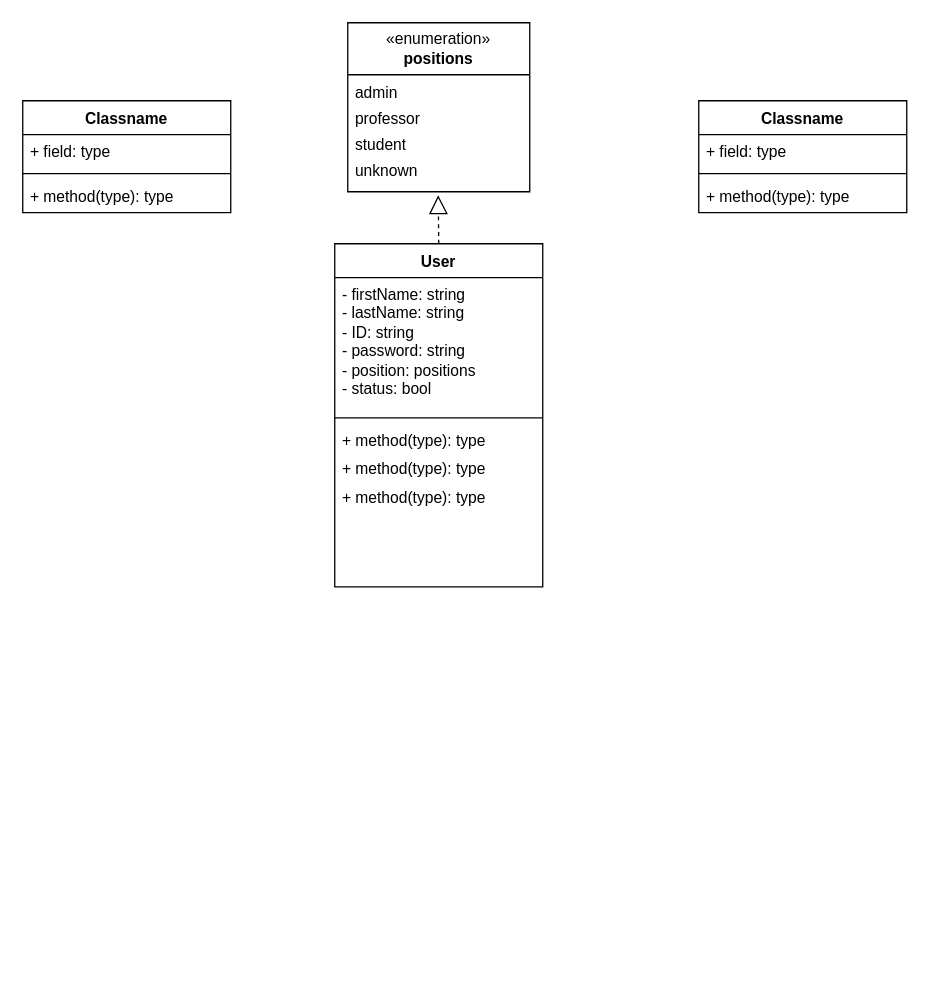
This is Untitled Diagram.drawio from pooratho/ap-git-practice, a draw.io file, before an edit. Source tidied: cells renumbered, new cells numbered last; positions are measured from the earlier drawing's top-left corner, leaving out a move shared by most shapes. Both pictures are drawn from the tidied source at 130%, with x=0, y=0 at pixel (22, 22).
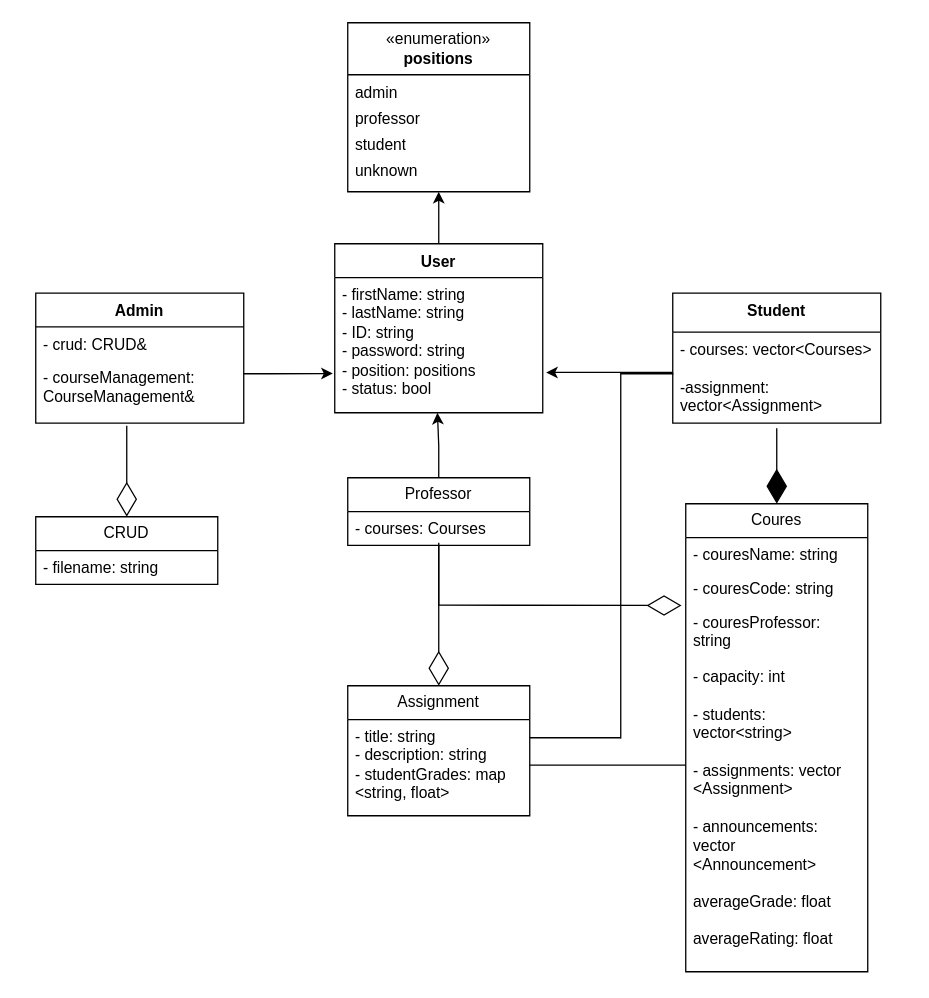
The same page after the edit.

The change refers to these unchanged cells:
```xml
<mxCell id="7" value="&lt;div&gt;- firstName: string&lt;/div&gt;&lt;div&gt;- lastName: string&lt;/div&gt;&lt;div&gt;- ID: string&lt;/div&gt;&lt;div&gt;- password: string&lt;/div&gt;&lt;div&gt;- position: positions&lt;/div&gt;&lt;div&gt;- status: bool&lt;/div&gt;" style="text;strokeColor=none;fillColor=none;align=left;verticalAlign=top;spacingLeft=4;spacingRight=4;overflow=hidden;points=[[0,0.5],[1,0.5]];portConstraint=eastwest;whiteSpace=wrap;html=1;" parent="6" vertex="1">
  <mxGeometry y="26" width="160" height="104" as="geometry" />
</mxCell>
<mxCell id="16" value="&lt;div&gt;«enumeration»&lt;/div&gt;&lt;div&gt;&lt;b&gt;positions&lt;/b&gt;&lt;/div&gt;" style="swimlane;fontStyle=0;horizontal=1;startSize=40;fillColor=none;whiteSpace=wrap;html=1;" parent="1" vertex="1">
  <mxGeometry x="250" width="140" height="130" as="geometry" />
</mxCell>
<mxCell id="20" value="unknown" style="text;strokeColor=none;fillColor=none;align=left;verticalAlign=top;spacingLeft=4;spacingRight=4;overflow=hidden;points=[[0,0.5],[1,0.5]];portConstraint=eastwest;whiteSpace=wrap;html=1;" parent="16" vertex="1">
  <mxGeometry y="100" width="140" height="30" as="geometry" />
</mxCell>
```

What changed in the source:
```diff
@@
-    <mxCell id="2" value="Classname" style="swimlane;fontStyle=1;align=center;verticalAlign=top;horizontal=1;startSize=26;whiteSpace=wrap;html=1;" parent="1" vertex="1">
-      <mxGeometry y="60" width="160" height="86" as="geometry" />
+    <mxCell id="2" value="Admin" style="swimlane;fontStyle=1;align=center;verticalAlign=top;horizontal=1;startSize=26;whiteSpace=wrap;html=1;" parent="1" vertex="1">
+      <mxGeometry x="10" y="208" width="160" height="100" as="geometry" />
     </mxCell>
-    <mxCell id="3" value="+ field: type" style="text;strokeColor=none;fillColor=none;align=left;verticalAlign=top;spacingLeft=4;spacingRight=4;overflow=hidden;whiteSpace=wrap;html=1;" parent="2" vertex="1">
+    <mxCell id="3" value="- crud: CRUD&amp;amp;" style="text;strokeColor=none;fillColor=none;align=left;verticalAlign=top;spacingLeft=4;spacingRight=4;overflow=hidden;whiteSpace=wrap;html=1;" parent="2" vertex="1">
       <mxGeometry y="26" width="160" height="26" as="geometry" />
     </mxCell>
-    <mxCell id="4" style="line;strokeWidth=1;fillColor=none;align=left;verticalAlign=middle;spacingTop=-1;spacingLeft=3;spacingRight=3;labelPosition=right;strokeColor=inherit;" parent="2" vertex="1">
-      <mxGeometry y="52" width="160" height="8" as="geometry" />
-    </mxCell>
-    <mxCell id="5" value="+ method(type): type" style="text;strokeColor=none;fillColor=none;align=left;verticalAlign=top;spacingLeft=4;spacingRight=4;overflow=hidden;whiteSpace=wrap;html=1;" parent="2" vertex="1">
-      <mxGeometry y="60" width="160" height="26" as="geometry" />
-    </mxCell>
+    <mxCell id="22" value="- courseManagement: CourseManagement&amp;amp;" style="text;strokeColor=none;fillColor=none;align=left;verticalAlign=top;spacingLeft=4;spacingRight=4;overflow=hidden;points=[[0,0.5],[1,0.5]];portConstraint=eastwest;whiteSpace=wrap;html=1;" parent="2" vertex="1">
+      <mxGeometry y="52" width="160" height="48" as="geometry" />
+    </mxCell>
+    <mxCell id="23" style="edgeStyle=orthogonalEdgeStyle;rounded=0;jettySize=auto;html=1;entryX=0.5;entryY=1;entryDx=0;entryDy=0;" parent="1" edge="1" source="6" target="16">
+      <mxGeometry relative="1" as="geometry" />
+    </mxCell>
     <mxCell id="6" value="User" style="swimlane;fontStyle=1;align=center;verticalAlign=top;horizontal=1;startSize=26;whiteSpace=wrap;html=1;" parent="1" vertex="1">
-      <mxGeometry x="240" y="170" width="160" height="264" as="geometry" />
+      <mxGeometry x="240" y="170" width="160" height="130" as="geometry" />
     </mxCell>
@@
-    <mxCell id="8" style="line;strokeWidth=1;fillColor=none;align=left;verticalAlign=middle;spacingTop=-1;spacingLeft=3;spacingRight=3;labelPosition=right;strokeColor=inherit;" parent="6" vertex="1">
-      <mxGeometry y="130" width="160" height="8" as="geometry" />
-    </mxCell>
-    <mxCell id="9" value="+ method(type): type" style="text;strokeColor=none;fillColor=none;align=left;verticalAlign=top;spacingLeft=4;spacingRight=4;overflow=hidden;whiteSpace=wrap;html=1;" parent="6" vertex="1">
-      <mxGeometry y="138" width="160" height="22" as="geometry" />
-    </mxCell>
-    <mxCell id="10" value="+ method(type): type" style="text;strokeColor=none;fillColor=none;align=left;verticalAlign=top;spacingLeft=4;spacingRight=4;overflow=hidden;whiteSpace=wrap;html=1;" parent="6" vertex="1">
-      <mxGeometry y="160" width="160" height="22" as="geometry" />
-    </mxCell>
-    <mxCell id="11" value="+ method(type): type" style="text;strokeColor=none;fillColor=none;align=left;verticalAlign=top;spacingLeft=4;spacingRight=4;overflow=hidden;whiteSpace=wrap;html=1;" parent="6" vertex="1">
-      <mxGeometry y="182" width="160" height="82" as="geometry" />
-    </mxCell>
-    <mxCell id="12" value="Classname" style="swimlane;fontStyle=1;align=center;verticalAlign=top;horizontal=1;startSize=26;whiteSpace=wrap;html=1;" parent="1" vertex="1">
-      <mxGeometry x="520" y="60" width="160" height="86" as="geometry" />
+    <mxCell id="12" value="Student" style="swimlane;fontStyle=1;align=center;verticalAlign=top;horizontal=1;startSize=30;whiteSpace=wrap;html=1;" parent="1" vertex="1">
+      <mxGeometry x="500" y="208" width="160" height="100" as="geometry" />
     </mxCell>
-    <mxCell id="13" value="+ field: type" style="text;strokeColor=none;fillColor=none;align=left;verticalAlign=top;spacingLeft=4;spacingRight=4;overflow=hidden;points=[[0,0.5],[1,0.5]];portConstraint=eastwest;whiteSpace=wrap;html=1;" parent="12" vertex="1">
-      <mxGeometry y="26" width="160" height="26" as="geometry" />
+    <mxCell id="13" value="&lt;div&gt;- courses: vector&amp;lt;Courses&amp;gt;&lt;/div&gt;&lt;div&gt;&lt;br&gt;&lt;/div&gt;-assignment: vector&amp;lt;Assignment&amp;gt;" style="text;strokeColor=none;fillColor=none;align=left;verticalAlign=top;spacingLeft=4;spacingRight=4;overflow=hidden;points=[[0,0.5],[1,0.5]];portConstraint=eastwest;whiteSpace=wrap;html=1;" parent="12" vertex="1">
+      <mxGeometry y="30" width="160" height="70" as="geometry" />
     </mxCell>
-    <mxCell id="14" style="line;strokeWidth=1;fillColor=none;align=left;verticalAlign=middle;spacingTop=-1;spacingLeft=3;spacingRight=3;labelPosition=right;strokeColor=inherit;" parent="12" vertex="1">
-      <mxGeometry y="52" width="160" height="8" as="geometry" />
-    </mxCell>
-    <mxCell id="15" value="+ method(type): type" style="text;strokeColor=none;fillColor=none;align=left;verticalAlign=top;spacingLeft=4;spacingRight=4;overflow=hidden;whiteSpace=wrap;html=1;" parent="12" vertex="1">
-      <mxGeometry y="60" width="160" height="26" as="geometry" />
-    </mxCell>
@@
-    <mxCell id="21" style="endArrow=block;dashed=1;endFill=0;endSize=12;html=1;rounded=0;exitX=0.5;exitY=0;exitDx=0;exitDy=0;entryX=0.497;entryY=1.09;entryDx=0;entryDy=0;entryPerimeter=0;" parent="1" edge="1" source="6" target="20">
-      <mxGeometry relative="1" as="geometry" />
-    </mxCell>
+    <mxCell id="24" style="edgeStyle=orthogonalEdgeStyle;rounded=0;jettySize=auto;html=1;" parent="1" edge="1" source="25">
+      <mxGeometry relative="1" as="geometry">
+        <mxPoint x="319" y="300" as="targetPoint" />
+      </mxGeometry>
+    </mxCell>
+    <mxCell id="25" value="Professor" style="swimlane;fontStyle=0;horizontal=1;startSize=26;fillColor=none;whiteSpace=wrap;html=1;" parent="1" vertex="1">
+      <mxGeometry x="250" y="350" width="140" height="52" as="geometry" />
+    </mxCell>
+    <mxCell id="26" value="- courses: Courses" style="text;strokeColor=none;fillColor=none;align=left;verticalAlign=top;spacingLeft=4;spacingRight=4;overflow=hidden;whiteSpace=wrap;html=1;" parent="25" vertex="1">
+      <mxGeometry y="26" width="140" height="26" as="geometry" />
+    </mxCell>
+    <mxCell id="27" style="edgeStyle=orthogonalEdgeStyle;rounded=0;jettySize=auto;html=1;entryX=1.016;entryY=0.702;entryDx=0;entryDy=0;entryPerimeter=0;" parent="1" edge="1" source="13" target="7">
+      <mxGeometry relative="1" as="geometry">
+        <Array as="points">
+          <mxPoint x="480" y="269" />
+          <mxPoint x="480" y="269" />
+        </Array>
+      </mxGeometry>
+    </mxCell>
+    <mxCell id="28" style="edgeStyle=orthogonalEdgeStyle;rounded=0;jettySize=auto;html=1;entryX=-0.009;entryY=0.71;entryDx=0;entryDy=0;entryPerimeter=0;" parent="1" edge="1" source="22" target="7">
+      <mxGeometry relative="1" as="geometry">
+        <Array as="points">
+          <mxPoint x="190" y="270" />
+          <mxPoint x="190" y="270" />
+        </Array>
+      </mxGeometry>
+    </mxCell>
+    <mxCell id="29" value="CRUD" style="swimlane;fontStyle=0;horizontal=1;startSize=26;fillColor=none;whiteSpace=wrap;html=1;" parent="1" vertex="1">
+      <mxGeometry x="10" y="380" width="140" height="52" as="geometry" />
+    </mxCell>
+    <mxCell id="30" value="- filename: string" style="text;strokeColor=none;fillColor=none;align=left;verticalAlign=top;spacingLeft=4;spacingRight=4;overflow=hidden;whiteSpace=wrap;html=1;" parent="29" vertex="1">
+      <mxGeometry y="26" width="140" height="26" as="geometry" />
+    </mxCell>
+    <mxCell id="31" style="endArrow=diamondThin;endFill=0;endSize=24;html=1;rounded=0;entryX=0.5;entryY=0;entryDx=0;entryDy=0;" parent="1" edge="1" target="29">
+      <mxGeometry relative="1" as="geometry">
+        <mxPoint x="80" y="310" as="sourcePoint" />
+      </mxGeometry>
+    </mxCell>
+    <mxCell id="32" value="Coures" style="swimlane;fontStyle=0;horizontal=1;startSize=26;fillColor=none;whiteSpace=wrap;html=1;" parent="1" vertex="1">
+      <mxGeometry x="510" y="370" width="140" height="360" as="geometry" />
+    </mxCell>
+    <mxCell id="33" value="- couresName: string" style="text;strokeColor=none;fillColor=none;align=left;verticalAlign=top;spacingLeft=4;spacingRight=4;overflow=hidden;whiteSpace=wrap;html=1;" parent="32" vertex="1">
+      <mxGeometry y="26" width="140" height="26" as="geometry" />
+    </mxCell>
+    <mxCell id="34" value="- couresCode: string" style="text;strokeColor=none;fillColor=none;align=left;verticalAlign=top;spacingLeft=4;spacingRight=4;overflow=hidden;whiteSpace=wrap;html=1;" parent="32" vertex="1">
+      <mxGeometry y="52" width="140" height="26" as="geometry" />
+    </mxCell>
+    <mxCell id="35" value="- couresProfessor: string" style="text;strokeColor=none;fillColor=none;align=left;verticalAlign=top;spacingLeft=4;spacingRight=4;overflow=hidden;points=[[0,0.5],[1,0.5]];portConstraint=eastwest;whiteSpace=wrap;html=1;" parent="32" vertex="1">
+      <mxGeometry y="78" width="140" height="282" as="geometry" />
+    </mxCell>
+    <mxCell id="36" value="&lt;div&gt;- capacity: int&lt;/div&gt;&lt;div&gt;&lt;br&gt;&lt;/div&gt;&lt;div&gt;- students: vector&amp;lt;string&amp;gt;&lt;/div&gt;&lt;div&gt;&lt;br&gt;&lt;/div&gt;&lt;div&gt;- assignments: vector &amp;lt;Assignment&amp;gt; &lt;br&gt;&lt;/div&gt;&lt;div&gt;&lt;br&gt;&lt;/div&gt;&lt;div&gt;- announcements: vector &amp;lt;Announcement&amp;gt;&lt;/div&gt;&lt;div&gt;&lt;br&gt;&lt;/div&gt;&lt;div&gt;averageGrade: float&lt;/div&gt;&lt;div&gt;&lt;br&gt;&lt;/div&gt;&lt;div&gt;averageRating: float&lt;/div&gt;" style="text;strokeColor=none;fillColor=none;align=left;verticalAlign=top;spacingLeft=4;spacingRight=4;overflow=hidden;whiteSpace=wrap;html=1;" parent="1" vertex="1">
+      <mxGeometry x="510" y="490" width="140" height="230" as="geometry" />
+    </mxCell>
+    <mxCell id="37" style="endArrow=diamondThin;endFill=1;endSize=24;html=1;rounded=0;entryX=0.5;entryY=0;entryDx=0;entryDy=0;" parent="1" edge="1" target="32">
+      <mxGeometry relative="1" as="geometry">
+        <mxPoint x="580" y="312" as="sourcePoint" />
+      </mxGeometry>
+    </mxCell>
+    <mxCell id="38" style="endArrow=diamondThin;endFill=0;endSize=24;html=1;rounded=0;exitX=0.5;exitY=1;exitDx=0;exitDy=0;entryX=-0.023;entryY=0.001;entryDx=0;entryDy=0;entryPerimeter=0;" parent="1" edge="1" source="25" target="35">
+      <mxGeometry relative="1" as="geometry">
+        <Array as="points">
+          <mxPoint x="320" y="448" />
+        </Array>
+      </mxGeometry>
+    </mxCell>
+    <mxCell id="39" value="Assignment" style="swimlane;fontStyle=0;horizontal=1;startSize=26;fillColor=none;whiteSpace=wrap;html=1;" parent="1" vertex="1">
+      <mxGeometry x="250" y="510" width="140" height="100" as="geometry" />
+    </mxCell>
+    <mxCell id="40" value="- title: string&lt;br&gt;- description: string&lt;br&gt;- studentGrades: map &amp;lt;string, float&amp;gt;" style="text;strokeColor=none;fillColor=none;align=left;verticalAlign=top;spacingLeft=4;spacingRight=4;overflow=hidden;whiteSpace=wrap;html=1;" parent="39" vertex="1">
+      <mxGeometry y="26" width="140" height="74" as="geometry" />
+    </mxCell>
+    <mxCell id="41" style="endArrow=diamondThin;endFill=0;endSize=24;html=1;rounded=0;entryX=0.5;entryY=0;entryDx=0;entryDy=0;" parent="1" edge="1" target="39">
+      <mxGeometry relative="1" as="geometry">
+        <mxPoint x="320" y="400" as="sourcePoint" />
+      </mxGeometry>
+    </mxCell>
+    <mxCell id="42" style="line;strokeWidth=1;fillColor=none;align=left;verticalAlign=middle;spacingTop=-1;spacingLeft=3;spacingRight=3;labelPosition=right;strokeColor=inherit;" parent="1" vertex="1">
+      <mxGeometry x="390" y="567" width="120" height="8" as="geometry" />
+    </mxCell>
+    <mxCell id="43" style="shape=partialRectangle;whiteSpace=wrap;html=1;bottom=0;right=0;fillColor=none;" parent="1" vertex="1">
+      <mxGeometry x="460" y="270" width="40" height="280" as="geometry" />
+    </mxCell>
+    <mxCell id="44" style="line;strokeWidth=1;fillColor=none;align=left;verticalAlign=middle;spacingTop=-1;spacingLeft=3;spacingRight=3;labelPosition=right;strokeColor=inherit;" parent="1" vertex="1">
+      <mxGeometry x="390" y="546" width="70" height="8" as="geometry" />
+    </mxCell>
```
